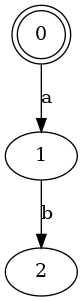
Earlier version of the Graphviz export automate/intersection.png (Failalihaytam/ensa). Its source is kept beside it as automate/intersection.dot.
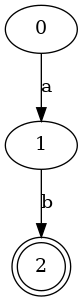
After the change.

Diff of the diagram source:
```diff
@@ -1,5 +1,5 @@
 digraph intersection {
 0 -> 1 [label="a"];
 1 -> 2 [label="b"];
-0 [shape=doublecircle];
+2 [shape=doublecircle];
 }
```
